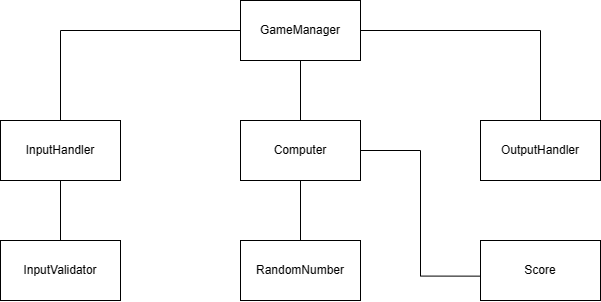
woowacourse-precourse/java-baseball-6 keeps this draw.io diagram as docs/image/class_diagram.png. Above is the earlier version. Source tidied: cells renumbered, new cells last; positions are measured from the earlier drawing's top-left corner, leaving out a move shared by most shapes.
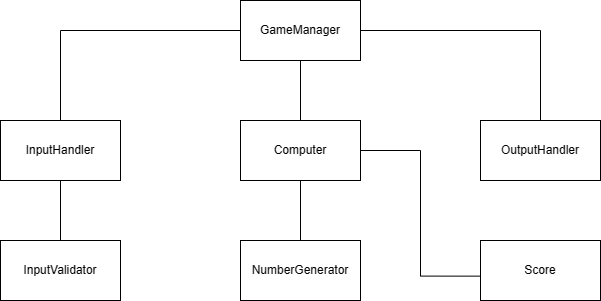
After the commit.

Commit message:
docs: update class diagram with explanation

The edit, as a diff of the source:
```diff
@@ -32,7 +32,7 @@
     <mxCell id="11" value="InputValidator" style="rounded=0;whiteSpace=wrap;html=1;" parent="1" vertex="1">
       <mxGeometry y="240" width="120" height="60" as="geometry" />
     </mxCell>
-    <mxCell id="12" value="RandomNumber" style="rounded=0;whiteSpace=wrap;html=1;" parent="1" vertex="1">
+    <mxCell id="12" value="NumberGenerator" style="rounded=0;whiteSpace=wrap;html=1;" parent="1" vertex="1">
       <mxGeometry x="240" y="240" width="120" height="60" as="geometry" />
     </mxCell>
     <mxCell id="13" value="Score" style="rounded=0;whiteSpace=wrap;html=1;" parent="1" vertex="1">
```
